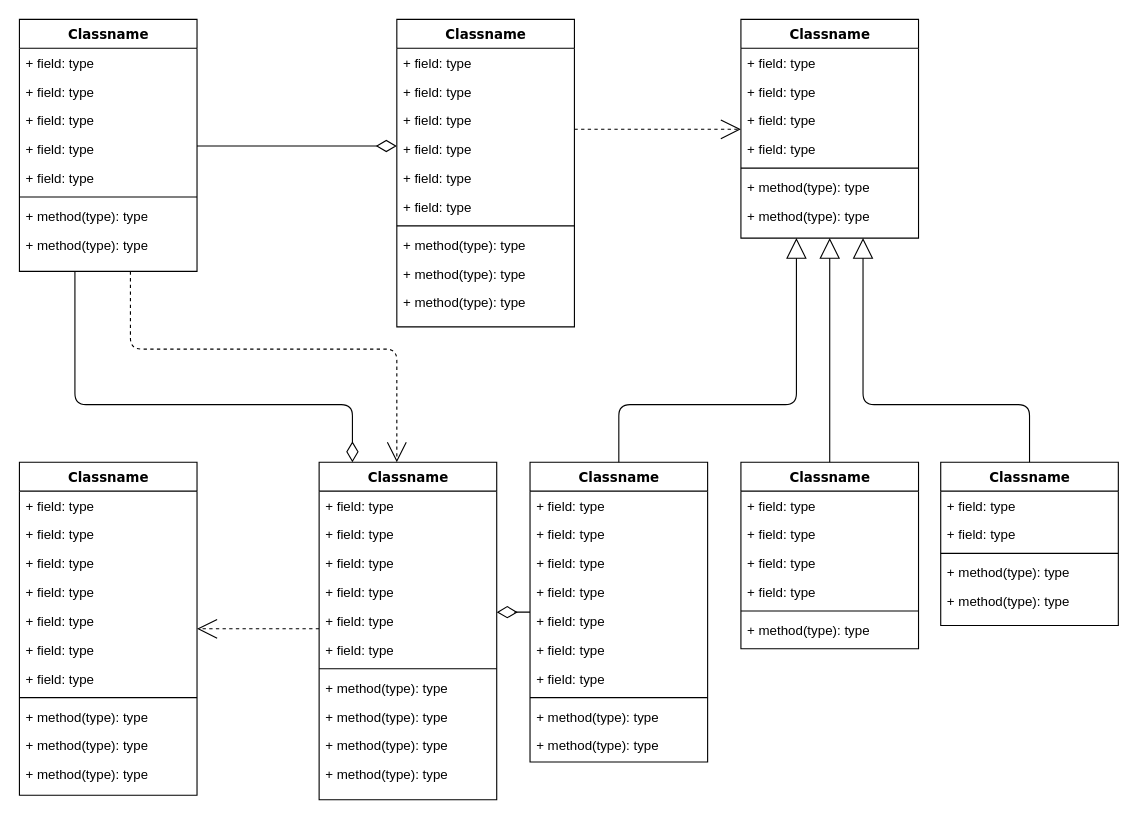
This is 未命名绘图.drawio from Saytoanyone/-, a draw.io file, before an edit. Source tidied: cells renumbered, new cells numbered last; positions are measured from the earlier drawing's top-left corner, leaving out a move shared by most shapes. Both pictures are drawn from the tidied source at 111%, with x=0, y=0 at pixel (19, 19).
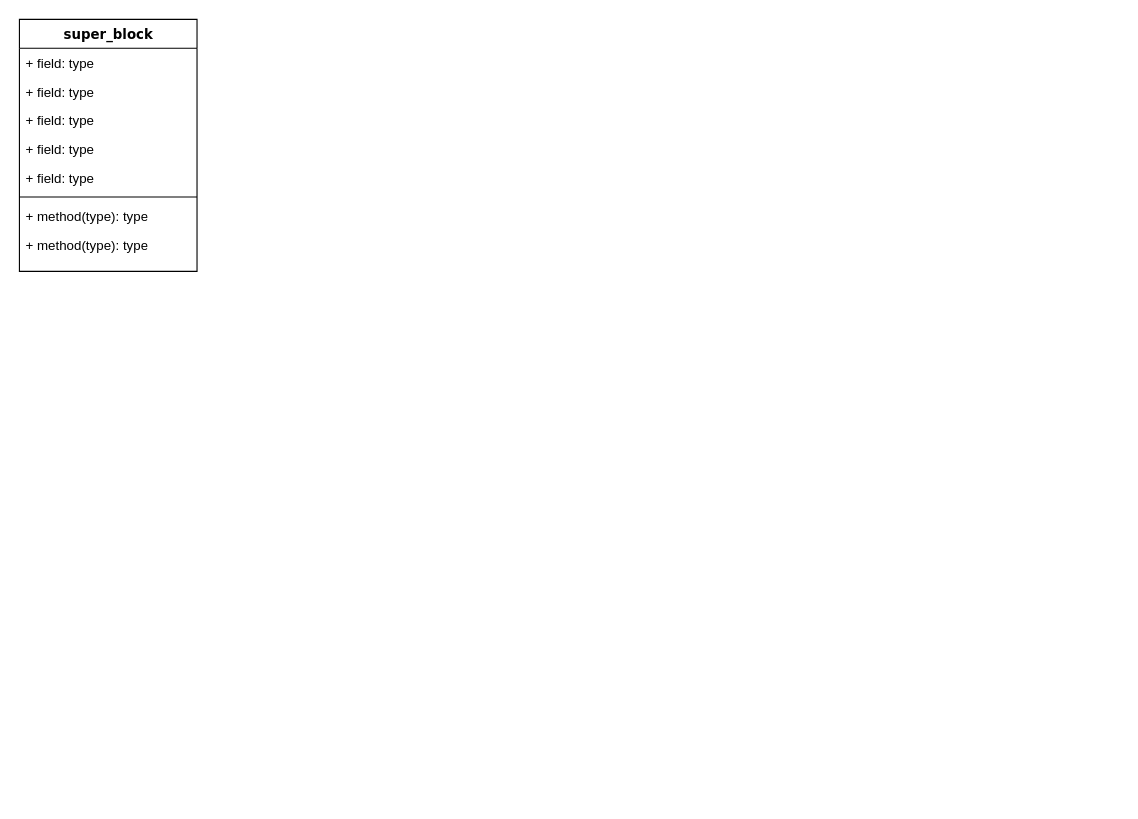
The same diagram, later.

Change to the diagram source:
```diff
@@
-    <mxCell id="2" style="edgeStyle=orthogonalEdgeStyle;html=1;labelBackgroundColor=none;startFill=0;startSize=8;endArrow=open;endFill=0;endSize=16;fontFamily=Verdana;fontSize=12;dashed=1;" parent="1" edge="1" source="4" target="47">
-      <mxGeometry relative="1" as="geometry">
-        <Array as="points">
-          <mxPoint x="100" y="297" />
-          <mxPoint x="340" y="297" />
-        </Array>
-      </mxGeometry>
-    </mxCell>
-    <mxCell id="3" style="edgeStyle=orthogonalEdgeStyle;html=1;labelBackgroundColor=none;startFill=0;startSize=8;endArrow=diamondThin;endFill=0;endSize=16;fontFamily=Verdana;fontSize=12;" parent="1" edge="1" source="4" target="47">
-      <mxGeometry relative="1" as="geometry">
-        <Array as="points">
-          <mxPoint x="50" y="347" />
-          <mxPoint x="300" y="347" />
-        </Array>
-      </mxGeometry>
-    </mxCell>
-    <mxCell id="4" value="Classname" style="swimlane;html=1;fontStyle=1;align=center;verticalAlign=top;horizontal=1;startSize=26;swimlaneFillColor=#ffffff;rounded=0;shadow=0;comic=0;labelBackgroundColor=none;strokeWidth=1;fillColor=none;fontFamily=Verdana;fontSize=12;" parent="1" vertex="1">
+    <mxCell id="4" value="super_block" style="swimlane;html=1;fontStyle=1;align=center;verticalAlign=top;horizontal=1;startSize=26;swimlaneFillColor=#ffffff;rounded=0;shadow=0;comic=0;labelBackgroundColor=none;strokeWidth=1;fillColor=none;fontFamily=Verdana;fontSize=12;" parent="1" vertex="1">
       <mxGeometry width="160" height="227" as="geometry" />
     </mxCell>
@@
-    <mxCell id="13" style="edgeStyle=elbowEdgeStyle;html=1;labelBackgroundColor=none;startFill=0;startSize=8;endArrow=open;endFill=0;endSize=16;fontFamily=Verdana;fontSize=12;elbow=vertical;dashed=1;" parent="1" edge="1" source="14" target="25">
-      <mxGeometry relative="1" as="geometry" />
-    </mxCell>
-    <mxCell id="14" value="Classname" style="swimlane;html=1;fontStyle=1;align=center;verticalAlign=top;horizontal=1;startSize=26;swimlaneFillColor=#ffffff;rounded=0;shadow=0;comic=0;labelBackgroundColor=none;strokeWidth=1;fillColor=none;fontFamily=Verdana;fontSize=12;" parent="1" vertex="1">
-      <mxGeometry x="340" width="160" height="277" as="geometry" />
-    </mxCell>
-    <mxCell id="15" value="+ field: type" style="text;html=1;strokeColor=none;fillColor=none;align=left;verticalAlign=top;spacingLeft=4;spacingRight=4;whiteSpace=wrap;overflow=hidden;" parent="14" vertex="1">
-      <mxGeometry y="26" width="160" height="26" as="geometry" />
-    </mxCell>
-    <mxCell id="16" value="+ field: type" style="text;html=1;strokeColor=none;fillColor=none;align=left;verticalAlign=top;spacingLeft=4;spacingRight=4;whiteSpace=wrap;overflow=hidden;" parent="14" vertex="1">
-      <mxGeometry y="52" width="160" height="26" as="geometry" />
-    </mxCell>
-    <mxCell id="17" value="+ field: type" style="text;html=1;strokeColor=none;fillColor=none;align=left;verticalAlign=top;spacingLeft=4;spacingRight=4;whiteSpace=wrap;overflow=hidden;" parent="14" vertex="1">
-      <mxGeometry y="78" width="160" height="26" as="geometry" />
-    </mxCell>
-    <mxCell id="18" value="+ field: type" style="text;html=1;strokeColor=none;fillColor=none;align=left;verticalAlign=top;spacingLeft=4;spacingRight=4;whiteSpace=wrap;overflow=hidden;" parent="14" vertex="1">
-      <mxGeometry y="104" width="160" height="26" as="geometry" />
-    </mxCell>
-    <mxCell id="19" value="+ field: type" style="text;html=1;strokeColor=none;fillColor=none;align=left;verticalAlign=top;spacingLeft=4;spacingRight=4;whiteSpace=wrap;overflow=hidden;" parent="14" vertex="1">
-      <mxGeometry y="130" width="160" height="26" as="geometry" />
-    </mxCell>
-    <mxCell id="20" value="+ field: type" style="text;html=1;strokeColor=none;fillColor=none;align=left;verticalAlign=top;spacingLeft=4;spacingRight=4;whiteSpace=wrap;overflow=hidden;" parent="14" vertex="1">
-      <mxGeometry y="156" width="160" height="26" as="geometry" />
-    </mxCell>
-    <mxCell id="21" style="line;html=1;strokeWidth=1;fillColor=none;align=left;verticalAlign=middle;spacingTop=-1;spacingLeft=3;spacingRight=3;labelPosition=right;" parent="14" vertex="1">
-      <mxGeometry y="182" width="160" height="8" as="geometry" />
-    </mxCell>
-    <mxCell id="22" value="+ method(type): type" style="text;html=1;strokeColor=none;fillColor=none;align=left;verticalAlign=top;spacingLeft=4;spacingRight=4;whiteSpace=wrap;overflow=hidden;" parent="14" vertex="1">
-      <mxGeometry y="190" width="160" height="26" as="geometry" />
-    </mxCell>
-    <mxCell id="23" value="+ method(type): type" style="text;html=1;strokeColor=none;fillColor=none;align=left;verticalAlign=top;spacingLeft=4;spacingRight=4;whiteSpace=wrap;overflow=hidden;" parent="14" vertex="1">
-      <mxGeometry y="216" width="160" height="26" as="geometry" />
-    </mxCell>
-    <mxCell id="24" value="+ method(type): type" style="text;html=1;strokeColor=none;fillColor=none;align=left;verticalAlign=top;spacingLeft=4;spacingRight=4;whiteSpace=wrap;overflow=hidden;" parent="14" vertex="1">
-      <mxGeometry y="242" width="160" height="26" as="geometry" />
-    </mxCell>
-    <mxCell id="25" value="Classname" style="swimlane;html=1;fontStyle=1;align=center;verticalAlign=top;horizontal=1;startSize=26;swimlaneFillColor=#ffffff;rounded=0;shadow=0;comic=0;labelBackgroundColor=none;strokeWidth=1;fillColor=none;fontFamily=Verdana;fontSize=12;" parent="1" vertex="1">
-      <mxGeometry x="650" width="160" height="197" as="geometry" />
-    </mxCell>
-    <mxCell id="26" value="+ field: type" style="text;html=1;strokeColor=none;fillColor=none;align=left;verticalAlign=top;spacingLeft=4;spacingRight=4;whiteSpace=wrap;overflow=hidden;" parent="25" vertex="1">
-      <mxGeometry y="26" width="160" height="26" as="geometry" />
-    </mxCell>
-    <mxCell id="27" value="+ field: type" style="text;html=1;strokeColor=none;fillColor=none;align=left;verticalAlign=top;spacingLeft=4;spacingRight=4;whiteSpace=wrap;overflow=hidden;" parent="25" vertex="1">
-      <mxGeometry y="52" width="160" height="26" as="geometry" />
-    </mxCell>
-    <mxCell id="28" value="+ field: type" style="text;html=1;strokeColor=none;fillColor=none;align=left;verticalAlign=top;spacingLeft=4;spacingRight=4;whiteSpace=wrap;overflow=hidden;" parent="25" vertex="1">
-      <mxGeometry y="78" width="160" height="26" as="geometry" />
-    </mxCell>
-    <mxCell id="29" value="+ field: type" style="text;html=1;strokeColor=none;fillColor=none;align=left;verticalAlign=top;spacingLeft=4;spacingRight=4;whiteSpace=wrap;overflow=hidden;" parent="25" vertex="1">
-      <mxGeometry y="104" width="160" height="26" as="geometry" />
-    </mxCell>
-    <mxCell id="30" style="line;html=1;strokeWidth=1;fillColor=none;align=left;verticalAlign=middle;spacingTop=-1;spacingLeft=3;spacingRight=3;labelPosition=right;" parent="25" vertex="1">
-      <mxGeometry y="130" width="160" height="8" as="geometry" />
-    </mxCell>
-    <mxCell id="31" value="+ method(type): type" style="text;html=1;strokeColor=none;fillColor=none;align=left;verticalAlign=top;spacingLeft=4;spacingRight=4;whiteSpace=wrap;overflow=hidden;" parent="25" vertex="1">
-      <mxGeometry y="138" width="160" height="26" as="geometry" />
-    </mxCell>
-    <mxCell id="32" value="+ method(type): type" style="text;html=1;strokeColor=none;fillColor=none;align=left;verticalAlign=top;spacingLeft=4;spacingRight=4;whiteSpace=wrap;overflow=hidden;" parent="25" vertex="1">
-      <mxGeometry y="164" width="160" height="26" as="geometry" />
-    </mxCell>
-    <mxCell id="33" style="edgeStyle=elbowEdgeStyle;html=1;labelBackgroundColor=none;startFill=0;startSize=8;endArrow=open;endFill=0;endSize=16;fontFamily=Verdana;fontSize=12;elbow=vertical;dashed=1;" parent="1" edge="1" source="47" target="34">
-      <mxGeometry relative="1" as="geometry" />
-    </mxCell>
-    <mxCell id="34" value="Classname" style="swimlane;html=1;fontStyle=1;align=center;verticalAlign=top;horizontal=1;startSize=26;swimlaneFillColor=#ffffff;rounded=0;shadow=0;comic=0;labelBackgroundColor=none;strokeWidth=1;fillColor=none;fontFamily=Verdana;fontSize=12;" parent="1" vertex="1">
-      <mxGeometry y="399" width="160" height="300" as="geometry" />
-    </mxCell>
-    <mxCell id="35" value="+ field: type" style="text;html=1;strokeColor=none;fillColor=none;align=left;verticalAlign=top;spacingLeft=4;spacingRight=4;whiteSpace=wrap;overflow=hidden;" parent="34" vertex="1">
-      <mxGeometry y="26" width="160" height="26" as="geometry" />
-    </mxCell>
-    <mxCell id="36" value="+ field: type" style="text;html=1;strokeColor=none;fillColor=none;align=left;verticalAlign=top;spacingLeft=4;spacingRight=4;whiteSpace=wrap;overflow=hidden;" parent="34" vertex="1">
-      <mxGeometry y="52" width="160" height="26" as="geometry" />
-    </mxCell>
-    <mxCell id="37" value="+ field: type" style="text;html=1;strokeColor=none;fillColor=none;align=left;verticalAlign=top;spacingLeft=4;spacingRight=4;whiteSpace=wrap;overflow=hidden;" parent="34" vertex="1">
-      <mxGeometry y="78" width="160" height="26" as="geometry" />
-    </mxCell>
-    <mxCell id="38" value="+ field: type" style="text;html=1;strokeColor=none;fillColor=none;align=left;verticalAlign=top;spacingLeft=4;spacingRight=4;whiteSpace=wrap;overflow=hidden;" parent="34" vertex="1">
-      <mxGeometry y="104" width="160" height="26" as="geometry" />
-    </mxCell>
-    <mxCell id="39" value="+ field: type" style="text;html=1;strokeColor=none;fillColor=none;align=left;verticalAlign=top;spacingLeft=4;spacingRight=4;whiteSpace=wrap;overflow=hidden;" parent="34" vertex="1">
-      <mxGeometry y="130" width="160" height="26" as="geometry" />
-    </mxCell>
-    <mxCell id="40" value="+ field: type" style="text;html=1;strokeColor=none;fillColor=none;align=left;verticalAlign=top;spacingLeft=4;spacingRight=4;whiteSpace=wrap;overflow=hidden;" parent="34" vertex="1">
-      <mxGeometry y="156" width="160" height="26" as="geometry" />
-    </mxCell>
-    <mxCell id="41" value="+ field: type" style="text;html=1;strokeColor=none;fillColor=none;align=left;verticalAlign=top;spacingLeft=4;spacingRight=4;whiteSpace=wrap;overflow=hidden;" parent="34" vertex="1">
-      <mxGeometry y="182" width="160" height="26" as="geometry" />
-    </mxCell>
-    <mxCell id="42" style="line;html=1;strokeWidth=1;fillColor=none;align=left;verticalAlign=middle;spacingTop=-1;spacingLeft=3;spacingRight=3;labelPosition=right;" parent="34" vertex="1">
-      <mxGeometry y="208" width="160" height="8" as="geometry" />
-    </mxCell>
-    <mxCell id="43" value="+ method(type): type" style="text;html=1;strokeColor=none;fillColor=none;align=left;verticalAlign=top;spacingLeft=4;spacingRight=4;whiteSpace=wrap;overflow=hidden;" parent="34" vertex="1">
-      <mxGeometry y="216" width="160" height="26" as="geometry" />
-    </mxCell>
-    <mxCell id="44" value="+ method(type): type" style="text;html=1;strokeColor=none;fillColor=none;align=left;verticalAlign=top;spacingLeft=4;spacingRight=4;whiteSpace=wrap;overflow=hidden;" parent="34" vertex="1">
-      <mxGeometry y="242" width="160" height="26" as="geometry" />
-    </mxCell>
-    <mxCell id="45" value="+ method(type): type" style="text;html=1;strokeColor=none;fillColor=none;align=left;verticalAlign=top;spacingLeft=4;spacingRight=4;whiteSpace=wrap;overflow=hidden;" parent="34" vertex="1">
-      <mxGeometry y="268" width="160" height="26" as="geometry" />
-    </mxCell>
-    <mxCell id="46" style="edgeStyle=elbowEdgeStyle;html=1;labelBackgroundColor=none;startFill=0;startSize=8;endArrow=diamondThin;endFill=0;endSize=16;fontFamily=Verdana;fontSize=12;elbow=vertical;" parent="1" edge="1" source="60" target="47">
-      <mxGeometry relative="1" as="geometry" />
-    </mxCell>
-    <mxCell id="47" value="Classname" style="swimlane;html=1;fontStyle=1;align=center;verticalAlign=top;horizontal=1;startSize=26;swimlaneFillColor=#ffffff;rounded=0;shadow=0;comic=0;labelBackgroundColor=none;strokeWidth=1;fillColor=none;fontFamily=Verdana;fontSize=12;" parent="1" vertex="1">
-      <mxGeometry x="270" y="399" width="160" height="304" as="geometry" />
-    </mxCell>
-    <mxCell id="48" value="+ field: type" style="text;html=1;strokeColor=none;fillColor=none;align=left;verticalAlign=top;spacingLeft=4;spacingRight=4;whiteSpace=wrap;overflow=hidden;" parent="47" vertex="1">
-      <mxGeometry y="26" width="160" height="26" as="geometry" />
-    </mxCell>
-    <mxCell id="49" value="+ field: type" style="text;html=1;strokeColor=none;fillColor=none;align=left;verticalAlign=top;spacingLeft=4;spacingRight=4;whiteSpace=wrap;overflow=hidden;" parent="47" vertex="1">
-      <mxGeometry y="52" width="160" height="26" as="geometry" />
-    </mxCell>
-    <mxCell id="50" value="+ field: type" style="text;html=1;strokeColor=none;fillColor=none;align=left;verticalAlign=top;spacingLeft=4;spacingRight=4;whiteSpace=wrap;overflow=hidden;" parent="47" vertex="1">
-      <mxGeometry y="78" width="160" height="26" as="geometry" />
-    </mxCell>
-    <mxCell id="51" value="+ field: type" style="text;html=1;strokeColor=none;fillColor=none;align=left;verticalAlign=top;spacingLeft=4;spacingRight=4;whiteSpace=wrap;overflow=hidden;" parent="47" vertex="1">
-      <mxGeometry y="104" width="160" height="26" as="geometry" />
-    </mxCell>
-    <mxCell id="52" value="+ field: type" style="text;html=1;strokeColor=none;fillColor=none;align=left;verticalAlign=top;spacingLeft=4;spacingRight=4;whiteSpace=wrap;overflow=hidden;" parent="47" vertex="1">
-      <mxGeometry y="130" width="160" height="26" as="geometry" />
-    </mxCell>
-    <mxCell id="53" value="+ field: type" style="text;html=1;strokeColor=none;fillColor=none;align=left;verticalAlign=top;spacingLeft=4;spacingRight=4;whiteSpace=wrap;overflow=hidden;" parent="47" vertex="1">
-      <mxGeometry y="156" width="160" height="26" as="geometry" />
-    </mxCell>
-    <mxCell id="54" style="line;html=1;strokeWidth=1;fillColor=none;align=left;verticalAlign=middle;spacingTop=-1;spacingLeft=3;spacingRight=3;labelPosition=right;" parent="47" vertex="1">
-      <mxGeometry y="182" width="160" height="8" as="geometry" />
-    </mxCell>
-    <mxCell id="55" value="+ method(type): type" style="text;html=1;strokeColor=none;fillColor=none;align=left;verticalAlign=top;spacingLeft=4;spacingRight=4;whiteSpace=wrap;overflow=hidden;" parent="47" vertex="1">
-      <mxGeometry y="190" width="160" height="26" as="geometry" />
-    </mxCell>
-    <mxCell id="56" value="+ method(type): type" style="text;html=1;strokeColor=none;fillColor=none;align=left;verticalAlign=top;spacingLeft=4;spacingRight=4;whiteSpace=wrap;overflow=hidden;" parent="47" vertex="1">
-      <mxGeometry y="216" width="160" height="26" as="geometry" />
-    </mxCell>
-    <mxCell id="57" value="+ method(type): type" style="text;html=1;strokeColor=none;fillColor=none;align=left;verticalAlign=top;spacingLeft=4;spacingRight=4;whiteSpace=wrap;overflow=hidden;" parent="47" vertex="1">
-      <mxGeometry y="242" width="160" height="26" as="geometry" />
-    </mxCell>
-    <mxCell id="58" value="+ method(type): type" style="text;html=1;strokeColor=none;fillColor=none;align=left;verticalAlign=top;spacingLeft=4;spacingRight=4;whiteSpace=wrap;overflow=hidden;" parent="47" vertex="1">
-      <mxGeometry y="268" width="160" height="26" as="geometry" />
-    </mxCell>
-    <mxCell id="59" style="edgeStyle=orthogonalEdgeStyle;html=1;labelBackgroundColor=none;startFill=0;startSize=8;endArrow=block;endFill=0;endSize=16;fontFamily=Verdana;fontSize=12;" parent="1" edge="1" source="60" target="25">
-      <mxGeometry relative="1" as="geometry">
-        <Array as="points">
-          <mxPoint x="540" y="347" />
-          <mxPoint x="700" y="347" />
-        </Array>
-      </mxGeometry>
-    </mxCell>
-    <mxCell id="60" value="Classname" style="swimlane;html=1;fontStyle=1;align=center;verticalAlign=top;horizontal=1;startSize=26;swimlaneFillColor=#ffffff;rounded=0;shadow=0;comic=0;labelBackgroundColor=none;strokeWidth=1;fillColor=none;fontFamily=Verdana;fontSize=12;" parent="1" vertex="1">
-      <mxGeometry x="460" y="399" width="160" height="270" as="geometry" />
-    </mxCell>
-    <mxCell id="61" value="+ field: type" style="text;html=1;strokeColor=none;fillColor=none;align=left;verticalAlign=top;spacingLeft=4;spacingRight=4;whiteSpace=wrap;overflow=hidden;" parent="60" vertex="1">
-      <mxGeometry y="26" width="160" height="26" as="geometry" />
-    </mxCell>
-    <mxCell id="62" value="+ field: type" style="text;html=1;strokeColor=none;fillColor=none;align=left;verticalAlign=top;spacingLeft=4;spacingRight=4;whiteSpace=wrap;overflow=hidden;" parent="60" vertex="1">
-      <mxGeometry y="52" width="160" height="26" as="geometry" />
-    </mxCell>
-    <mxCell id="63" value="+ field: type" style="text;html=1;strokeColor=none;fillColor=none;align=left;verticalAlign=top;spacingLeft=4;spacingRight=4;whiteSpace=wrap;overflow=hidden;" parent="60" vertex="1">
-      <mxGeometry y="78" width="160" height="26" as="geometry" />
-    </mxCell>
-    <mxCell id="64" value="+ field: type" style="text;html=1;strokeColor=none;fillColor=none;align=left;verticalAlign=top;spacingLeft=4;spacingRight=4;whiteSpace=wrap;overflow=hidden;" parent="60" vertex="1">
-      <mxGeometry y="104" width="160" height="26" as="geometry" />
-    </mxCell>
-    <mxCell id="65" value="+ field: type" style="text;html=1;strokeColor=none;fillColor=none;align=left;verticalAlign=top;spacingLeft=4;spacingRight=4;whiteSpace=wrap;overflow=hidden;" parent="60" vertex="1">
-      <mxGeometry y="130" width="160" height="26" as="geometry" />
-    </mxCell>
-    <mxCell id="66" value="+ field: type" style="text;html=1;strokeColor=none;fillColor=none;align=left;verticalAlign=top;spacingLeft=4;spacingRight=4;whiteSpace=wrap;overflow=hidden;" parent="60" vertex="1">
-      <mxGeometry y="156" width="160" height="26" as="geometry" />
-    </mxCell>
-    <mxCell id="67" value="+ field: type" style="text;html=1;strokeColor=none;fillColor=none;align=left;verticalAlign=top;spacingLeft=4;spacingRight=4;whiteSpace=wrap;overflow=hidden;" parent="60" vertex="1">
-      <mxGeometry y="182" width="160" height="26" as="geometry" />
-    </mxCell>
-    <mxCell id="68" style="line;html=1;strokeWidth=1;fillColor=none;align=left;verticalAlign=middle;spacingTop=-1;spacingLeft=3;spacingRight=3;labelPosition=right;" parent="60" vertex="1">
-      <mxGeometry y="208" width="160" height="8" as="geometry" />
-    </mxCell>
-    <mxCell id="69" value="+ method(type): type" style="text;html=1;strokeColor=none;fillColor=none;align=left;verticalAlign=top;spacingLeft=4;spacingRight=4;whiteSpace=wrap;overflow=hidden;" parent="60" vertex="1">
-      <mxGeometry y="216" width="160" height="26" as="geometry" />
-    </mxCell>
-    <mxCell id="70" value="+ method(type): type" style="text;html=1;strokeColor=none;fillColor=none;align=left;verticalAlign=top;spacingLeft=4;spacingRight=4;whiteSpace=wrap;overflow=hidden;" parent="60" vertex="1">
-      <mxGeometry y="242" width="160" height="26" as="geometry" />
-    </mxCell>
-    <mxCell id="71" style="edgeStyle=orthogonalEdgeStyle;html=1;labelBackgroundColor=none;startFill=0;startSize=8;endArrow=block;endFill=0;endSize=16;fontFamily=Verdana;fontSize=12;" parent="1" edge="1" source="72" target="25">
-      <mxGeometry relative="1" as="geometry" />
-    </mxCell>
-    <mxCell id="72" value="Classname" style="swimlane;html=1;fontStyle=1;align=center;verticalAlign=top;horizontal=1;startSize=26;swimlaneFillColor=#ffffff;rounded=0;shadow=0;comic=0;labelBackgroundColor=none;strokeWidth=1;fillColor=none;fontFamily=Verdana;fontSize=12;" parent="1" vertex="1">
-      <mxGeometry x="650" y="399" width="160" height="168" as="geometry" />
-    </mxCell>
-    <mxCell id="73" value="+ field: type" style="text;html=1;strokeColor=none;fillColor=none;align=left;verticalAlign=top;spacingLeft=4;spacingRight=4;whiteSpace=wrap;overflow=hidden;" parent="72" vertex="1">
-      <mxGeometry y="26" width="160" height="26" as="geometry" />
-    </mxCell>
-    <mxCell id="74" value="+ field: type" style="text;html=1;strokeColor=none;fillColor=none;align=left;verticalAlign=top;spacingLeft=4;spacingRight=4;whiteSpace=wrap;overflow=hidden;" parent="72" vertex="1">
-      <mxGeometry y="52" width="160" height="26" as="geometry" />
-    </mxCell>
-    <mxCell id="75" value="+ field: type" style="text;html=1;strokeColor=none;fillColor=none;align=left;verticalAlign=top;spacingLeft=4;spacingRight=4;whiteSpace=wrap;overflow=hidden;" parent="72" vertex="1">
-      <mxGeometry y="78" width="160" height="26" as="geometry" />
-    </mxCell>
-    <mxCell id="76" value="+ field: type" style="text;html=1;strokeColor=none;fillColor=none;align=left;verticalAlign=top;spacingLeft=4;spacingRight=4;whiteSpace=wrap;overflow=hidden;" parent="72" vertex="1">
-      <mxGeometry y="104" width="160" height="26" as="geometry" />
-    </mxCell>
-    <mxCell id="77" style="line;html=1;strokeWidth=1;fillColor=none;align=left;verticalAlign=middle;spacingTop=-1;spacingLeft=3;spacingRight=3;labelPosition=right;" parent="72" vertex="1">
-      <mxGeometry y="130" width="160" height="8" as="geometry" />
-    </mxCell>
-    <mxCell id="78" value="+ method(type): type" style="text;html=1;strokeColor=none;fillColor=none;align=left;verticalAlign=top;spacingLeft=4;spacingRight=4;whiteSpace=wrap;overflow=hidden;" parent="72" vertex="1">
-      <mxGeometry y="138" width="160" height="26" as="geometry" />
-    </mxCell>
-    <mxCell id="79" style="edgeStyle=orthogonalEdgeStyle;html=1;labelBackgroundColor=none;startFill=0;startSize=8;endArrow=block;endFill=0;endSize=16;fontFamily=Verdana;fontSize=12;" parent="1" edge="1" source="80" target="25">
-      <mxGeometry relative="1" as="geometry">
-        <Array as="points">
-          <mxPoint x="910" y="347" />
-          <mxPoint x="760" y="347" />
-        </Array>
-      </mxGeometry>
-    </mxCell>
-    <mxCell id="80" value="Classname" style="swimlane;html=1;fontStyle=1;align=center;verticalAlign=top;horizontal=1;startSize=26;swimlaneFillColor=#ffffff;rounded=0;shadow=0;comic=0;labelBackgroundColor=none;strokeWidth=1;fillColor=none;fontFamily=Verdana;fontSize=12;" parent="1" vertex="1">
-      <mxGeometry x="830" y="399" width="160" height="147" as="geometry" />
-    </mxCell>
-    <mxCell id="81" value="+ field: type" style="text;html=1;strokeColor=none;fillColor=none;align=left;verticalAlign=top;spacingLeft=4;spacingRight=4;whiteSpace=wrap;overflow=hidden;" parent="80" vertex="1">
-      <mxGeometry y="26" width="160" height="26" as="geometry" />
-    </mxCell>
-    <mxCell id="82" value="+ field: type" style="text;html=1;strokeColor=none;fillColor=none;align=left;verticalAlign=top;spacingLeft=4;spacingRight=4;whiteSpace=wrap;overflow=hidden;" parent="80" vertex="1">
-      <mxGeometry y="52" width="160" height="26" as="geometry" />
-    </mxCell>
-    <mxCell id="83" style="line;html=1;strokeWidth=1;fillColor=none;align=left;verticalAlign=middle;spacingTop=-1;spacingLeft=3;spacingRight=3;labelPosition=right;" parent="80" vertex="1">
-      <mxGeometry y="78" width="160" height="8" as="geometry" />
-    </mxCell>
-    <mxCell id="84" value="+ method(type): type" style="text;html=1;strokeColor=none;fillColor=none;align=left;verticalAlign=top;spacingLeft=4;spacingRight=4;whiteSpace=wrap;overflow=hidden;" parent="80" vertex="1">
-      <mxGeometry y="86" width="160" height="26" as="geometry" />
-    </mxCell>
-    <mxCell id="85" value="+ method(type): type" style="text;html=1;strokeColor=none;fillColor=none;align=left;verticalAlign=top;spacingLeft=4;spacingRight=4;whiteSpace=wrap;overflow=hidden;" parent="80" vertex="1">
-      <mxGeometry y="112" width="160" height="26" as="geometry" />
-    </mxCell>
-    <mxCell id="86" style="edgeStyle=elbowEdgeStyle;html=1;labelBackgroundColor=none;startFill=0;startSize=8;endArrow=diamondThin;endFill=0;endSize=16;fontFamily=Verdana;fontSize=12;elbow=vertical;" parent="1" edge="1" source="4" target="14">
-      <mxGeometry relative="1" as="geometry" />
-    </mxCell>
```
